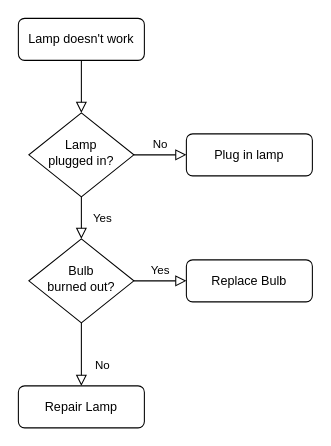
Earlier version of the draw.io diagram Untitled Diagram.drawio (ccruz31/lab13). Source tidied: cells renumbered, new cells numbered last; positions are measured from the earlier drawing's top-left corner, leaving out a move shared by most shapes. Both pictures are drawn from the tidied source at 105%, with x=0, y=0 at pixel (18, 18).
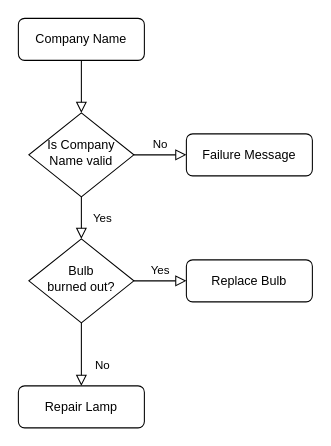
After the change.

Commit message:
company map

The edit, as a diff of the source:
```diff
@@
 <mxGraphModel>
   <root>
     <mxCell id="0" />
     <mxCell id="1" parent="0" />
     <mxCell id="2" style="rounded=0;html=1;jettySize=auto;fontSize=11;endArrow=block;endFill=0;endSize=8;strokeWidth=1;shadow=0;labelBackgroundColor=none;edgeStyle=orthogonalEdgeStyle;" parent="1" edge="1" source="3" target="6">
       <mxGeometry relative="1" as="geometry" />
     </mxCell>
-    <mxCell id="3" value="Lamp doesn't work" style="rounded=1;whiteSpace=wrap;html=1;fontSize=12;glass=0;strokeWidth=1;shadow=0;" parent="1" vertex="1">
+    <mxCell id="3" value="Company Name" style="rounded=1;whiteSpace=wrap;html=1;fontSize=12;glass=0;strokeWidth=1;shadow=0;" parent="1" vertex="1">
       <mxGeometry width="120" height="40" as="geometry" />
     </mxCell>
     <mxCell id="4" value="Yes" style="rounded=0;html=1;jettySize=auto;fontSize=11;endArrow=block;endFill=0;endSize=8;strokeWidth=1;shadow=0;labelBackgroundColor=none;edgeStyle=orthogonalEdgeStyle;" parent="1" edge="1" source="6" target="10">
       <mxGeometry y="20" relative="1" as="geometry" />
     </mxCell>
     <mxCell id="5" value="No" style="edgeStyle=orthogonalEdgeStyle;rounded=0;html=1;jettySize=auto;fontSize=11;endArrow=block;endFill=0;endSize=8;strokeWidth=1;shadow=0;labelBackgroundColor=none;" parent="1" edge="1" source="6" target="7">
       <mxGeometry y="10" relative="1" as="geometry" />
     </mxCell>
-    <mxCell id="6" value="Lamp&lt;br&gt;plugged in?" style="rhombus;whiteSpace=wrap;html=1;shadow=0;fontFamily=Helvetica;fontSize=12;align=center;strokeWidth=1;spacing=6;spacingTop=-4;" parent="1" vertex="1">
+    <mxCell id="6" value="Is Company Name valid" style="rhombus;whiteSpace=wrap;html=1;shadow=0;fontFamily=Helvetica;fontSize=12;align=center;strokeWidth=1;spacing=6;spacingTop=-4;" parent="1" vertex="1">
       <mxGeometry x="10" y="90" width="100" height="80" as="geometry" />
     </mxCell>
-    <mxCell id="7" value="Plug in lamp" style="rounded=1;whiteSpace=wrap;html=1;fontSize=12;glass=0;strokeWidth=1;shadow=0;" parent="1" vertex="1">
+    <mxCell id="7" value="Failure Message" style="rounded=1;whiteSpace=wrap;html=1;fontSize=12;glass=0;strokeWidth=1;shadow=0;" parent="1" vertex="1">
       <mxGeometry x="160" y="110" width="120" height="40" as="geometry" />
     </mxCell>
     <mxCell id="8" value="No" style="rounded=0;html=1;jettySize=auto;fontSize=11;endArrow=block;endFill=0;endSize=8;strokeWidth=1;shadow=0;labelBackgroundColor=none;edgeStyle=orthogonalEdgeStyle;" parent="1" edge="1" source="10" target="11">
       <mxGeometry x="0.33" y="20" relative="1" as="geometry" />
     </mxCell>
     <mxCell id="9" value="Yes" style="edgeStyle=orthogonalEdgeStyle;rounded=0;html=1;jettySize=auto;fontSize=11;endArrow=block;endFill=0;endSize=8;strokeWidth=1;shadow=0;labelBackgroundColor=none;" parent="1" edge="1" source="10" target="12">
       <mxGeometry y="10" relative="1" as="geometry" />
     </mxCell>
     <mxCell id="10" value="Bulb&lt;br&gt;burned out?" style="rhombus;whiteSpace=wrap;html=1;shadow=0;fontFamily=Helvetica;fontSize=12;align=center;strokeWidth=1;spacing=6;spacingTop=-4;" parent="1" vertex="1">
       <mxGeometry x="10" y="210" width="100" height="80" as="geometry" />
     </mxCell>
     <mxCell id="11" value="Repair Lamp" style="rounded=1;whiteSpace=wrap;html=1;fontSize=12;glass=0;strokeWidth=1;shadow=0;" parent="1" vertex="1">
       <mxGeometry y="350" width="120" height="40" as="geometry" />
     </mxCell>
     <mxCell id="12" value="Replace Bulb" style="rounded=1;whiteSpace=wrap;html=1;fontSize=12;glass=0;strokeWidth=1;shadow=0;" parent="1" vertex="1">
       <mxGeometry x="160" y="230" width="120" height="40" as="geometry" />
     </mxCell>
   </root>
 </mxGraphModel>
```
